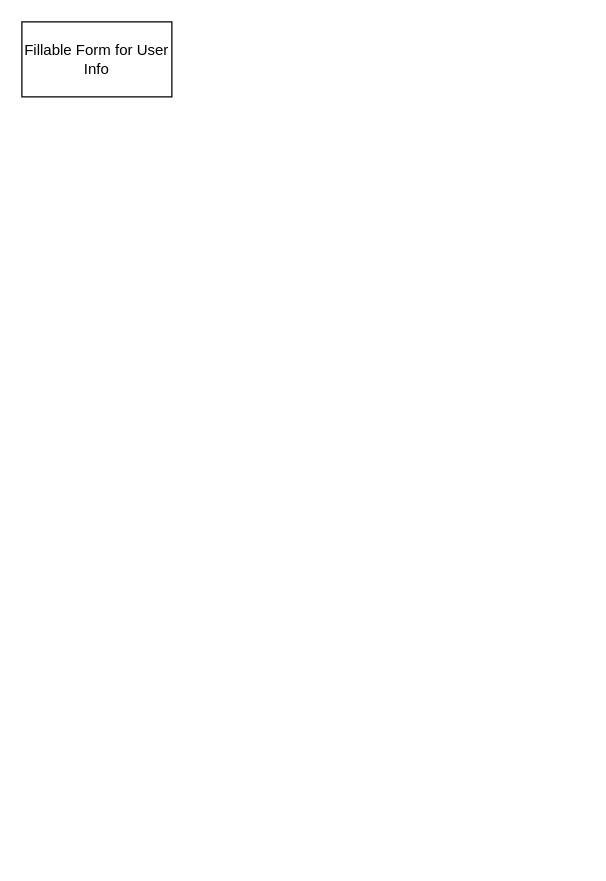
Vaibhav-G-Parmar/Chronicle-Your-Ultimate-Travel-Companion keeps this draw.io diagram as page "SignUp" (3 of 15) of Chronicle_Initial_App_Wireframe_Designs.drawio. Above is the earlier version. Source tidied: cells renumbered, new cells numbered last; positions are measured from the earlier drawing's top-left corner, leaving out a move shared by most shapes. Both pictures are drawn from the tidied source at 125%, with x=0, y=0 at pixel (21, 21).
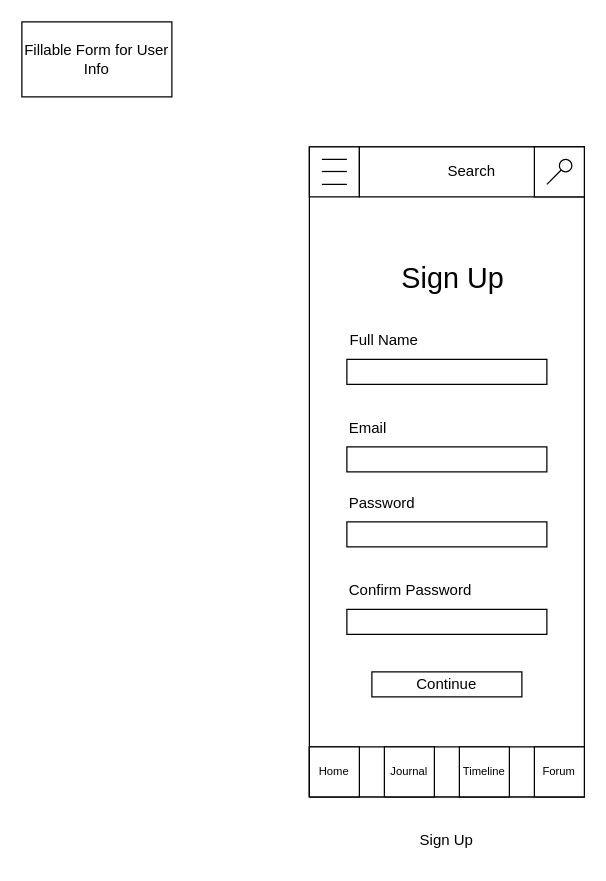
Above is the later version.

Change to the diagram source:
```diff
@@
+    <mxCell id="3" style="endArrow=none;html=1;rounded=0;" parent="1" edge="1">
+      <mxGeometry relative="1" as="geometry">
+        <mxPoint x="430" y="140" as="sourcePoint" />
+        <mxPoint x="430" y="140" as="targetPoint" />
+      </mxGeometry>
+    </mxCell>
+    <mxCell id="4" style="rounded=0;whiteSpace=wrap;html=1;" parent="1" vertex="1">
+      <mxGeometry x="230" y="100" width="220" height="520" as="geometry" />
+    </mxCell>
+    <mxCell id="5" style="rounded=0;whiteSpace=wrap;html=1;" parent="1" vertex="1">
+      <mxGeometry x="230" y="580" width="220" height="40" as="geometry" />
+    </mxCell>
+    <mxCell id="6" value="Forum" style="rounded=0;whiteSpace=wrap;html=1;fontSize=9;" parent="1" vertex="1">
+      <mxGeometry x="410" y="580" width="40" height="40" as="geometry" />
+    </mxCell>
+    <mxCell id="7" value="Timeline" style="rounded=0;whiteSpace=wrap;html=1;fontSize=9;" parent="1" vertex="1">
+      <mxGeometry x="350" y="580" width="40" height="40" as="geometry" />
+    </mxCell>
+    <mxCell id="8" value="Journal" style="rounded=0;whiteSpace=wrap;html=1;fontSize=9;" parent="1" vertex="1">
+      <mxGeometry x="290" y="580" width="40" height="40" as="geometry" />
+    </mxCell>
+    <mxCell id="9" value="Home" style="rounded=0;whiteSpace=wrap;html=1;fontSize=9;" parent="1" vertex="1">
+      <mxGeometry x="230" y="580" width="40" height="40" as="geometry" />
+    </mxCell>
+    <mxCell id="10" style="rounded=0;whiteSpace=wrap;html=1;fontSize=9;" parent="1" vertex="1">
+      <mxGeometry x="230" y="100" width="40" height="40" as="geometry" />
+    </mxCell>
+    <mxCell id="11" style="endArrow=none;html=1;rounded=0;" parent="1" edge="1">
+      <mxGeometry relative="1" as="geometry">
+        <mxPoint x="240" y="130" as="sourcePoint" />
+        <mxPoint x="260" y="130" as="targetPoint" />
+      </mxGeometry>
+    </mxCell>
+    <mxCell id="12" style="endArrow=none;html=1;rounded=0;" parent="1" edge="1">
+      <mxGeometry relative="1" as="geometry">
+        <mxPoint x="240" y="119.7" as="sourcePoint" />
+        <mxPoint x="260" y="119.7" as="targetPoint" />
+      </mxGeometry>
+    </mxCell>
+    <mxCell id="13" style="endArrow=none;html=1;rounded=0;" parent="1" edge="1">
+      <mxGeometry relative="1" as="geometry">
+        <mxPoint x="240" y="110" as="sourcePoint" />
+        <mxPoint x="260" y="110" as="targetPoint" />
+      </mxGeometry>
+    </mxCell>
+    <mxCell id="14" value="Search" style="rounded=0;whiteSpace=wrap;html=1;" parent="1" vertex="1">
+      <mxGeometry x="270" y="100" width="180" height="40" as="geometry" />
+    </mxCell>
+    <mxCell id="15" style="whiteSpace=wrap;html=1;" parent="1" vertex="1">
+      <mxGeometry x="410" y="100" width="40" height="40" as="geometry" />
+    </mxCell>
+    <mxCell id="16" style="endArrow=none;html=1;rounded=0;entryX=0;entryY=1;entryDx=0;entryDy=0;" parent="1" edge="1" target="17">
+      <mxGeometry relative="1" as="geometry">
+        <mxPoint x="420" y="130" as="sourcePoint" />
+      </mxGeometry>
+    </mxCell>
+    <mxCell id="17" style="ellipse;whiteSpace=wrap;html=1;" parent="1" vertex="1">
+      <mxGeometry x="430" y="110" width="10" height="10" as="geometry" />
+    </mxCell>
+    <mxCell id="18" value="Sign Up" style="text;html=1;strokeColor=none;fillColor=none;align=center;verticalAlign=middle;whiteSpace=wrap;rounded=0;" parent="1" vertex="1">
+      <mxGeometry x="310" y="640" width="60" height="30" as="geometry" />
+    </mxCell>
+    <mxCell id="19" style="rounded=0;whiteSpace=wrap;html=1;" parent="1" vertex="1">
+      <mxGeometry x="260" y="340" width="160" height="20" as="geometry" />
+    </mxCell>
+    <mxCell id="20" style="rounded=0;whiteSpace=wrap;html=1;" parent="1" vertex="1">
+      <mxGeometry x="260" y="400" width="160" height="20" as="geometry" />
+    </mxCell>
+    <mxCell id="21" value="Email" style="text;html=1;strokeColor=none;fillColor=none;align=left;verticalAlign=middle;whiteSpace=wrap;rounded=0;" parent="1" vertex="1">
+      <mxGeometry x="260" y="310" width="60" height="30" as="geometry" />
+    </mxCell>
+    <mxCell id="22" value="Password" style="text;html=1;strokeColor=none;fillColor=none;align=left;verticalAlign=middle;whiteSpace=wrap;rounded=0;" parent="1" vertex="1">
+      <mxGeometry x="260" y="370" width="60" height="30" as="geometry" />
+    </mxCell>
+    <mxCell id="23" value="&lt;font style=&quot;font-size: 23px;&quot;&gt;Sign Up&lt;/font&gt;" style="text;html=1;strokeColor=none;fillColor=none;align=center;verticalAlign=middle;whiteSpace=wrap;rounded=0;" parent="1" vertex="1">
+      <mxGeometry x="300" y="190" width="90" height="30" as="geometry" />
+    </mxCell>
+    <mxCell id="24" value="Continue" style="rounded=0;whiteSpace=wrap;html=1;" parent="1" vertex="1">
+      <mxGeometry x="280" y="520" width="120" height="20" as="geometry" />
+    </mxCell>
+    <mxCell id="25" style="rounded=0;whiteSpace=wrap;html=1;" parent="1" vertex="1">
+      <mxGeometry x="260" y="470" width="160" height="20" as="geometry" />
+    </mxCell>
+    <mxCell id="26" value="Confirm Password" style="text;html=1;strokeColor=none;fillColor=none;align=left;verticalAlign=middle;whiteSpace=wrap;rounded=0;" parent="1" vertex="1">
+      <mxGeometry x="260" y="440" width="110" height="30" as="geometry" />
+    </mxCell>
+    <mxCell id="27" style="rounded=0;whiteSpace=wrap;html=1;" parent="1" vertex="1">
+      <mxGeometry x="260" y="270" width="160" height="20" as="geometry" />
+    </mxCell>
+    <mxCell id="28" value="Full Name" style="text;html=1;strokeColor=none;fillColor=none;align=center;verticalAlign=middle;whiteSpace=wrap;rounded=0;" parent="1" vertex="1">
+      <mxGeometry x="260" y="240" width="60" height="30" as="geometry" />
+    </mxCell>
```
